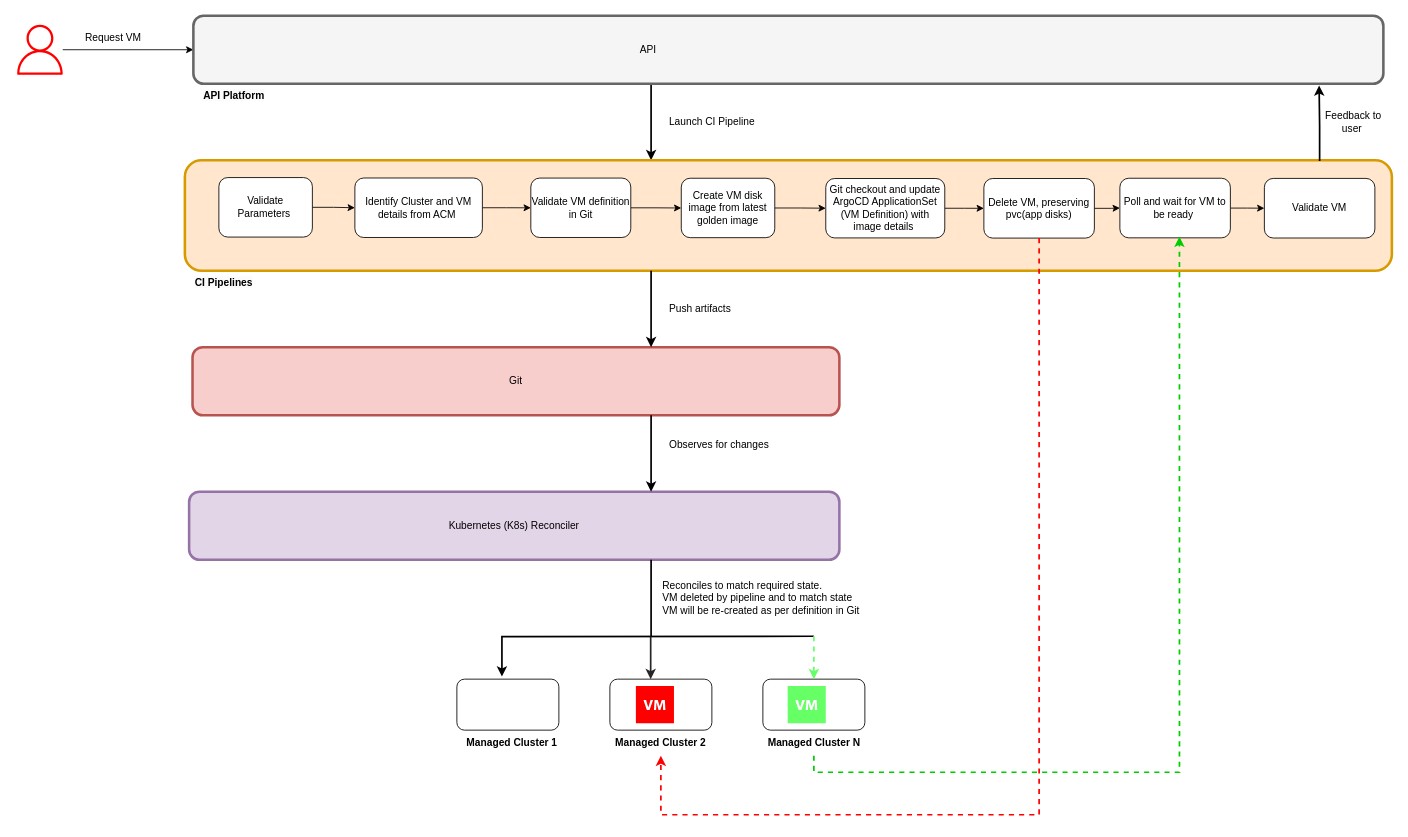
Before: images/vm-repave-hld-flow-dev-hub-01.drawio.xml in sumantripuraneni/openshift-virt-vm-automation, a draw.io diagram. Source tidied: cells renumbered, new cells numbered last; positions are measured from the earlier drawing's top-left corner, leaving out a move shared by most shapes. Both pictures are drawn from the tidied source at 85%, with x=0, y=0 at pixel (14, 15).
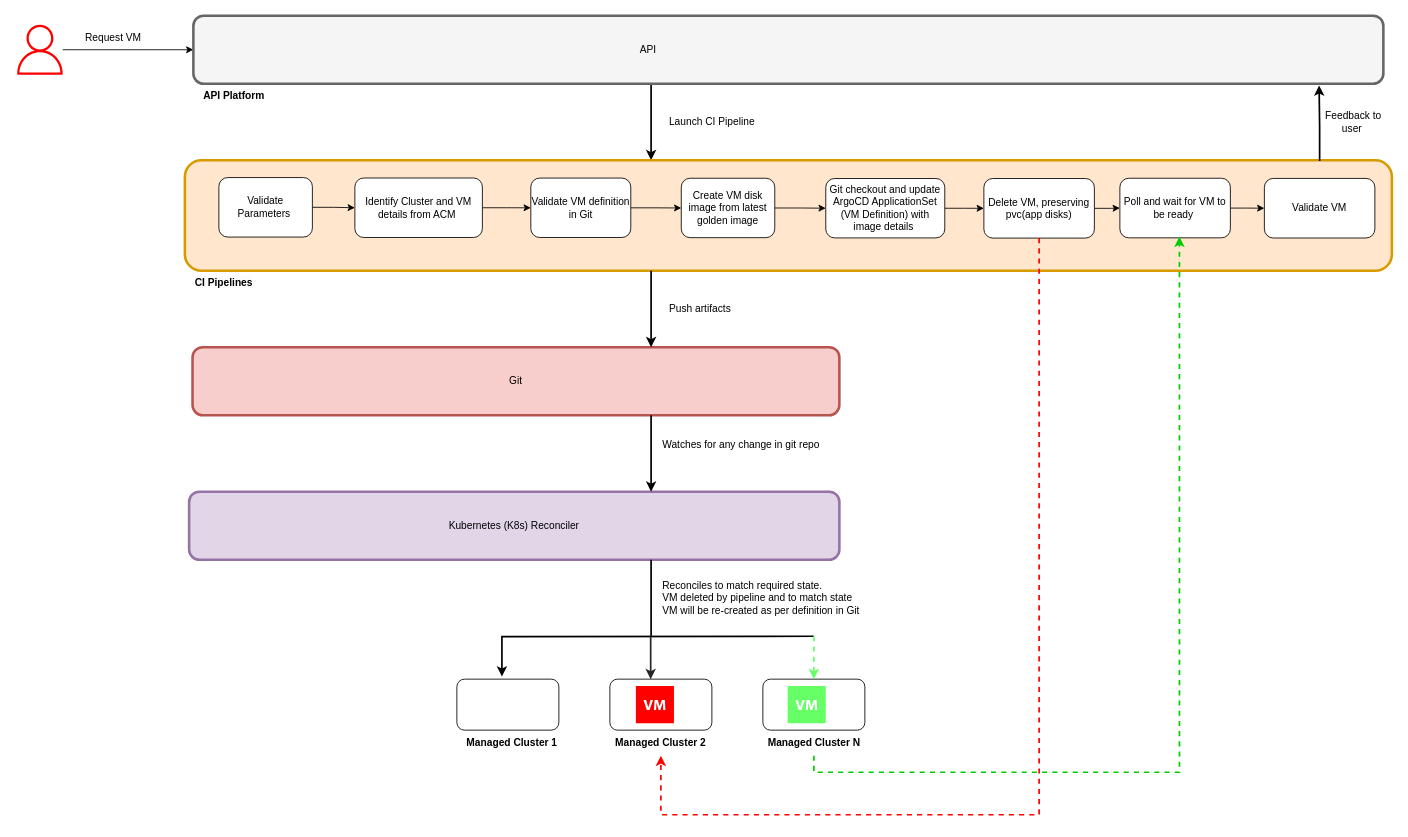
After the change.

Diff of the diagram source:
```diff
@@
-    <mxCell id="34" value="Observes for changes" style="text;html=1;align=left;verticalAlign=middle;whiteSpace=wrap;rounded=0;" parent="1" vertex="1">
-      <mxGeometry x="767.5" y="490" width="180" height="30" as="geometry" />
+    <mxCell id="34" value="Watches for any change in git repo" style="text;html=1;align=left;verticalAlign=middle;whiteSpace=wrap;rounded=0;" parent="1" vertex="1">
+      <mxGeometry x="760" y="490" width="190" height="30" as="geometry" />
     </mxCell>
```
